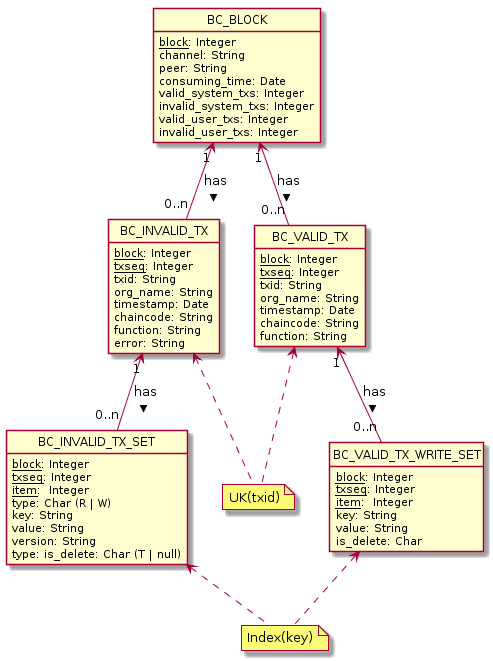
Before: applications/block-consumer/images/diagrama-de-entidad-relaciones.png, a diagram exported from PlantUML (padfed/padfed-doc). The source it was exported from:
```plantuml
@startuml

hide circle
hide methods

class BC_BLOCK {
	  <u>block</u>: Integer
      channel: String
	  peer: String
	  consuming_time: Date
	  valid_system_txs: Integer
	  invalid_system_txs: Integer
	  valid_user_txs: Integer
	  invalid_user_txs: Integer
}

class BC_VALID_TX {
	  <u>block</u>: Integer
	  <u>txseq</u>: Integer
	  txid: String
	  org_name: String
	  timestamp: Date
	  chaincode: String
	  function: String
}

class BC_INVALID_TX {
      <u>block</u>: Integer
	  <u>txseq</u>: Integer
	  txid: String
	  org_name: String
	  timestamp: Date
	  chaincode: String
	  function: String
	  error: String
	  }

class BC_VALID_TX_WRITE_SET {
      <u>block</u>: Integer
	  <u>txseq</u>: Integer
	  <u>item</u>:  Integer
	  key: String
	  value: String
	  is_delete: Char
}

class BC_INVALID_TX_SET {
      <u>block</u>: Integer
	  <u>txseq</u>: Integer
	  <u>item</u>:  Integer
	  {field} type: Char (R | W)
	  key: String
	  value: String
	  version: String
	  {field} type: is_delete: Char (T | null)
}

BC_VALID_TX "0..n" --up> "1" BC_BLOCK : < has
BC_INVALID_TX "0..n" --up> "1" BC_BLOCK : < has
BC_INVALID_TX_SET "0..n" --up> "1" BC_INVALID_TX : < has
BC_VALID_TX_WRITE_SET "0..n" --up> "1" BC_VALID_TX : < has

note "UK(txid)" as NOTE_UK_TXID
NOTE_UK_TXID ..up> BC_VALID_TX
NOTE_UK_TXID ..up> BC_INVALID_TX

note "Index(key)" as NOTE_INDEX_KEY
NOTE_INDEX_KEY ..up> BC_VALID_TX_WRITE_SET
NOTE_INDEX_KEY ..up> BC_INVALID_TX_SET
@enduml
```
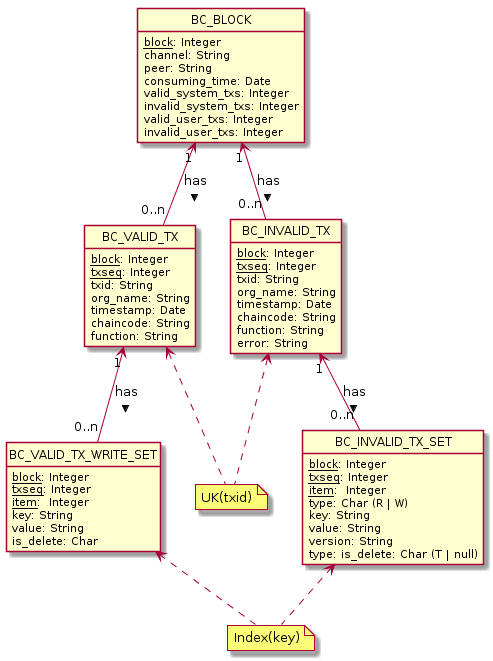
The same diagram one commit later.

Diff of the diagram source:
```diff
@@ -55,6 +55,8 @@
 	  {field} type: is_delete: Char (T | null)
 }
 
+BC_VALID_TX --[hidden]right> BC_INVALID_TX
+
 BC_VALID_TX "0..n" --up> "1" BC_BLOCK : < has
 BC_INVALID_TX "0..n" --up> "1" BC_BLOCK : < has
 BC_INVALID_TX_SET "0..n" --up> "1" BC_INVALID_TX : < has
```
